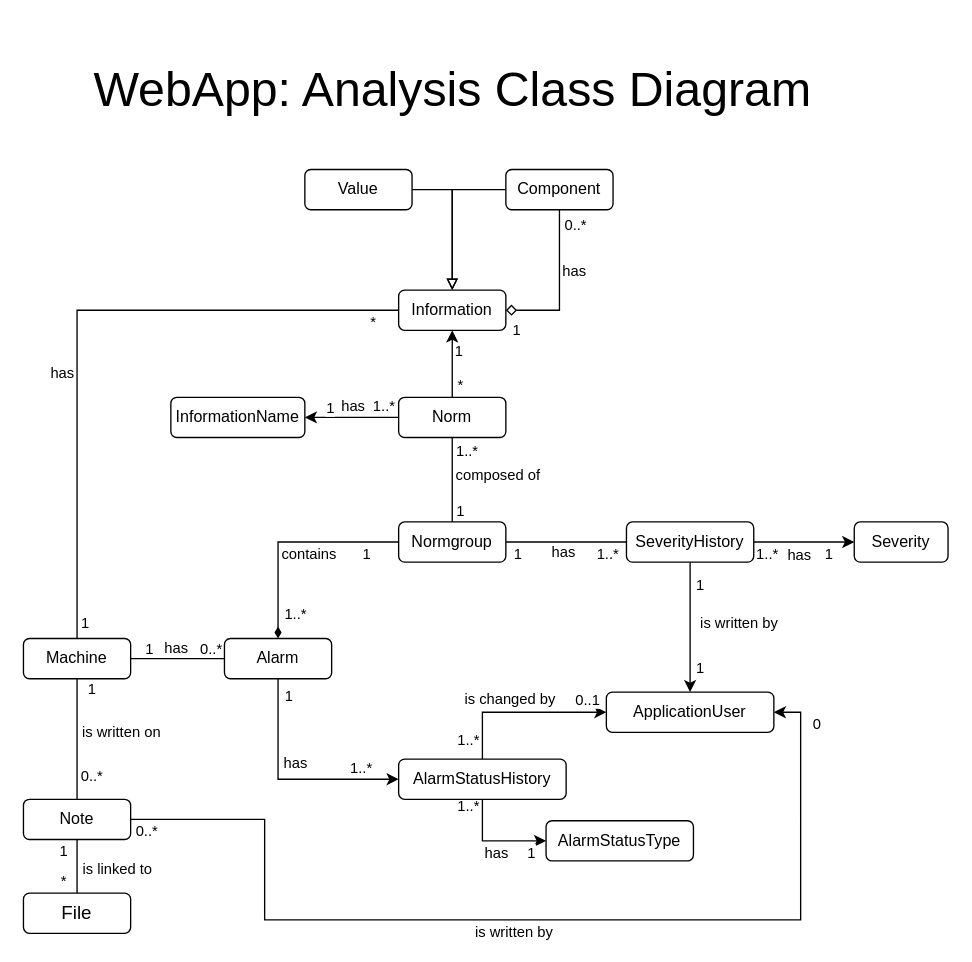
Earlier version of the draw.io diagram page "Class Diagram" (1 of 2) of Doc/Diagrams/original/4_WebApp_ClassDiagram.drawio (S0lth/UIT_manager). Source tidied: cells renumbered, new cells numbered last; positions are measured from the earlier drawing's top-left corner, leaving out a move shared by most shapes. Both pictures are drawn from the tidied source at 134%, with x=0, y=0 at pixel (23, 48).
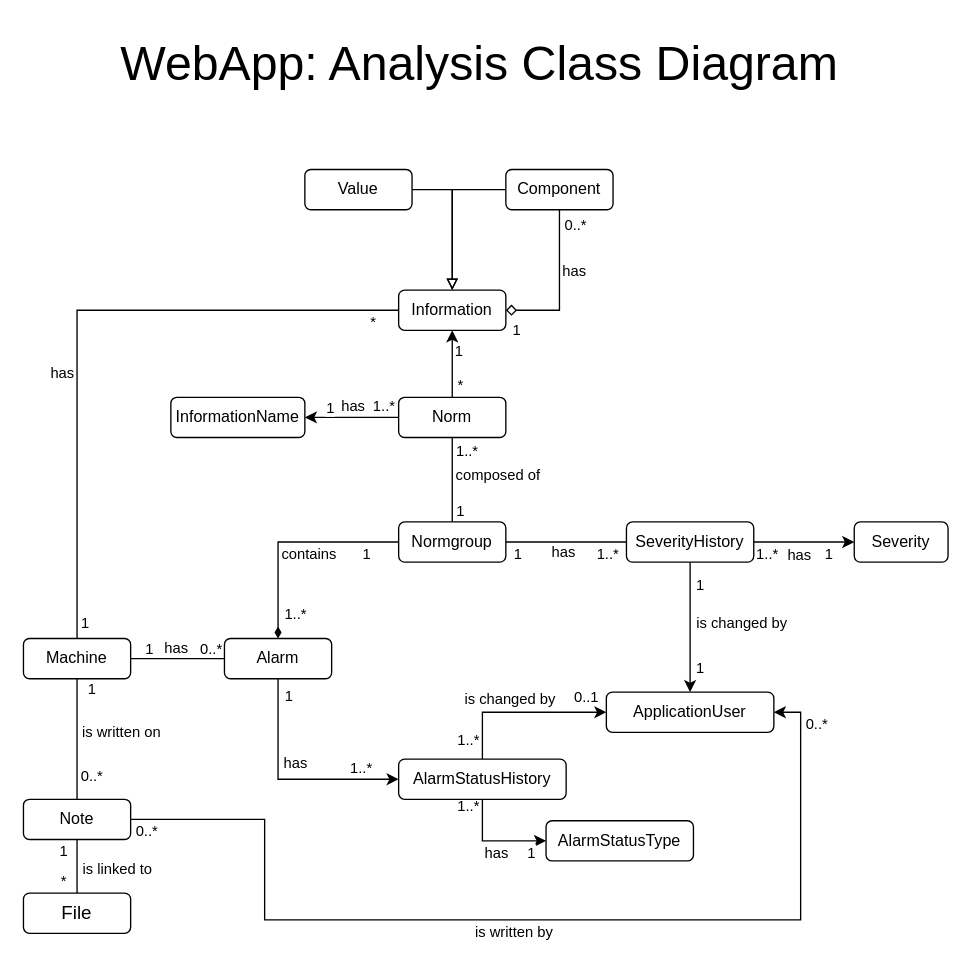
The same diagram, later.

Commit message (it also covers changes not shown here):
analyse: refactor webapp class diagram + add webapp diagramm with attributes

Unchanged cells that the change refers to:
```xml
<mxCell id="11" style="edgeStyle=orthogonalEdgeStyle;rounded=0;jettySize=auto;html=1;entryX=1;entryY=0.5;entryDx=0;entryDy=0;" parent="1" edge="1" source="15" target="53">
  <mxGeometry relative="1" as="geometry">
    <Array as="points">
      <mxPoint x="180" y="575" />
      <mxPoint x="180" y="650" />
      <mxPoint x="580" y="650" />
      <mxPoint x="580" y="495" />
    </Array>
  </mxGeometry>
</mxCell>
<mxCell id="47" style="edgeStyle=orthogonalEdgeStyle;rounded=0;jettySize=auto;html=1;entryX=0;entryY=0.5;entryDx=0;entryDy=0;exitX=0.5;exitY=0;exitDx=0;exitDy=0;" parent="1" edge="1" source="51" target="53">
  <mxGeometry relative="1" as="geometry" />
</mxCell>
<mxCell id="58" style="edgeStyle=orthogonalEdgeStyle;rounded=0;jettySize=auto;html=1;exitX=0.5;exitY=1;exitDx=0;exitDy=0;entryX=0.5;entryY=0;entryDx=0;entryDy=0;" parent="1" edge="1" source="62" target="53">
  <mxGeometry relative="1" as="geometry" />
</mxCell>
```

The edit, as a diff of the source:
```diff
@@
-    <mxCell id="13" value="0" style="edgeLabel;html=1;align=center;verticalAlign=middle;" parent="11" vertex="1">
+    <mxCell id="13" value="0..*" style="edgeLabel;html=1;align=center;verticalAlign=middle;" parent="11" vertex="1">
       <mxGeometry x="0.9" relative="1" as="geometry">
         <mxPoint x="11" y="-9" as="offset" />
       </mxGeometry>
     </mxCell>
@@
     <mxCell id="49" value="0..1" style="edgeLabel;html=1;align=center;verticalAlign=middle;" parent="47" vertex="1">
       <mxGeometry x="0.78" y="1" relative="1" as="geometry">
-        <mxPoint y="-9" as="offset" />
+        <mxPoint x="-1" y="-11" as="offset" />
       </mxGeometry>
     </mxCell>
@@
-    <mxCell id="61" value="is written by" style="edgeLabel;html=1;align=center;verticalAlign=middle;" parent="58" vertex="1">
+    <mxCell id="61" value="is changed by" style="edgeLabel;html=1;align=center;verticalAlign=middle;" parent="58" vertex="1">
       <mxGeometry x="-0.09" y="1" relative="1" as="geometry">
-        <mxPoint x="35" y="1" as="offset" />
+        <mxPoint x="37" y="1" as="offset" />
       </mxGeometry>
     </mxCell>
@@
     <mxCell id="82" value="&lt;font style=&quot;font-size: 36px;&quot;&gt;WebApp: Analysis Class Diagram&lt;/font&gt;" style="text;html=1;align=center;verticalAlign=middle;strokeColor=none;fillColor=none;" parent="1" vertex="1">
-      <mxGeometry x="40" width="560" height="60" as="geometry" />
+      <mxGeometry x="59.5" y="-19" width="560" height="60" as="geometry" />
     </mxCell>
```
